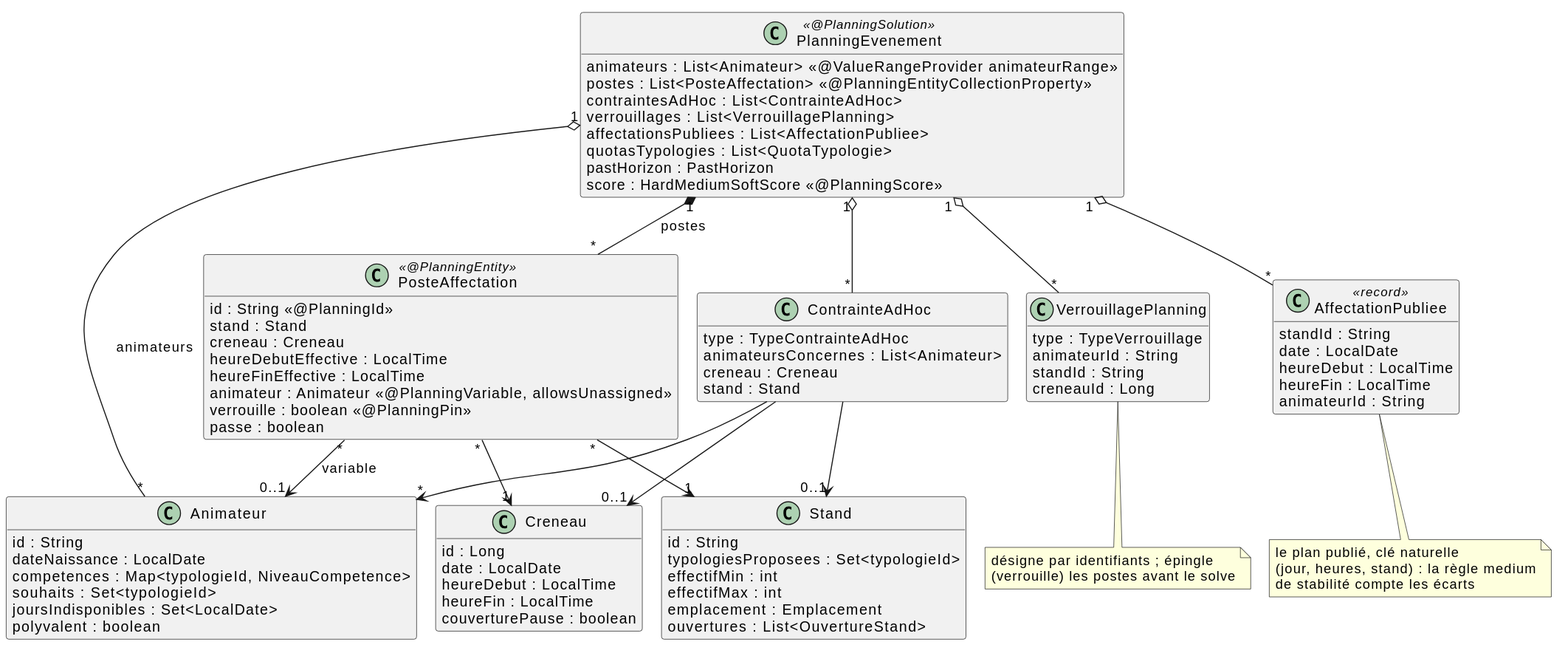
Before: docs/diagrammes/domaine.svg, a diagram exported from PlantUML (sylvainmetayer/planning-equipes).
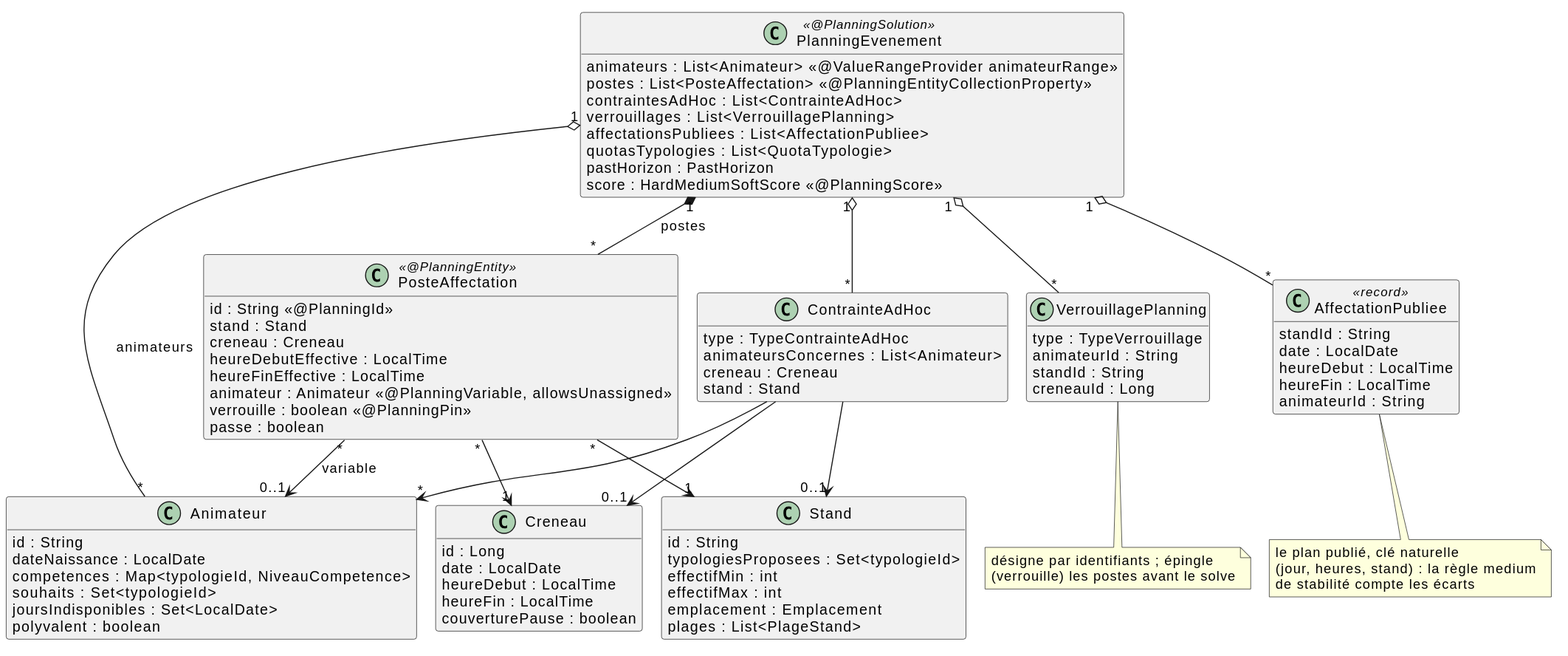
The same diagram one commit later.

Diff of the diagram source:
```diff
@@ -41,7 +41,7 @@
   effectifMin : int
   effectifMax : int
   emplacement : Emplacement
-  ouvertures : List<OuvertureStand>
+  plages : List<PlageStand>
 }
 
 class Creneau {
```
